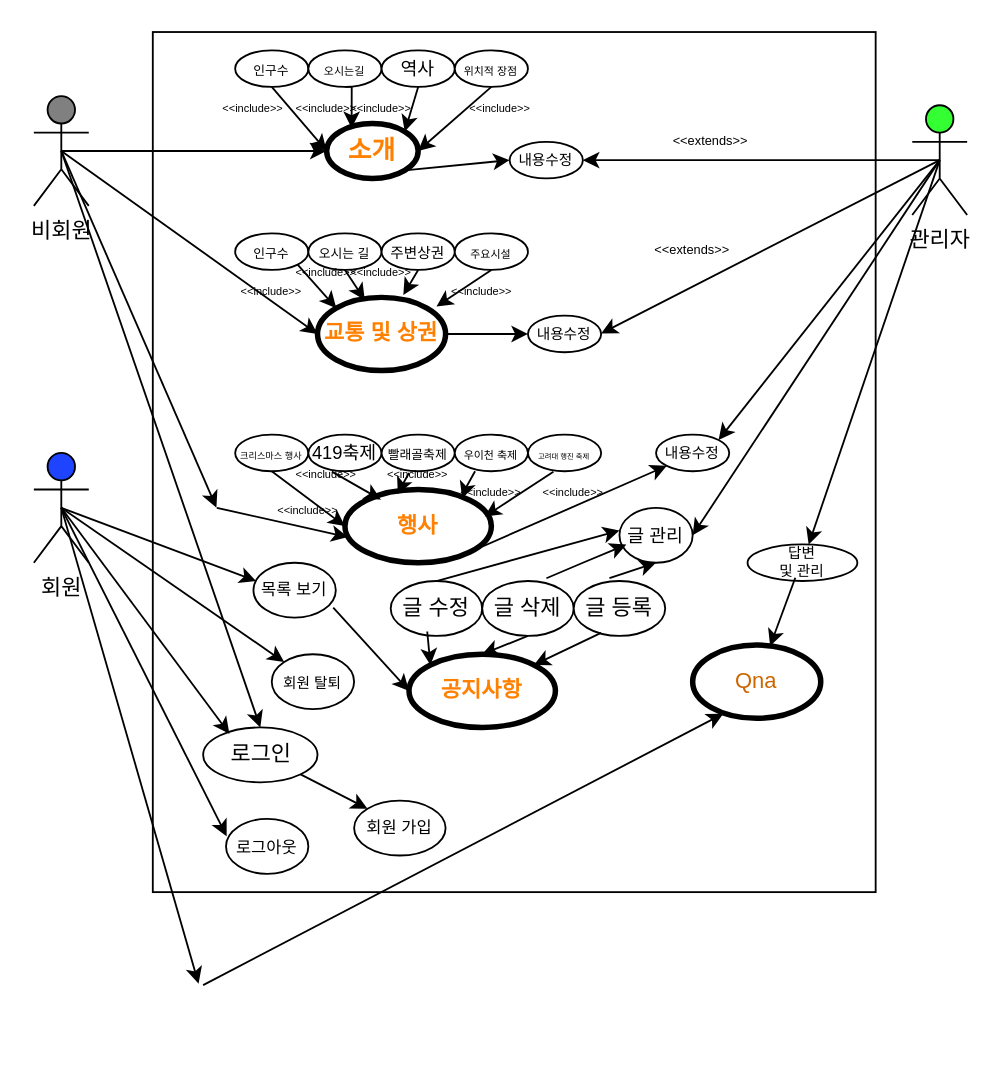
This is info/erd/usercase.drawio from nicesaturday/kh_pro01, a draw.io file, before an edit. Source tidied: cells renumbered, new cells numbered last; positions are measured from the earlier drawing's top-left corner, leaving out a move shared by most shapes. Both pictures are drawn from the tidied source at 183%, with x=0, y=0 at pixel (33, 31).
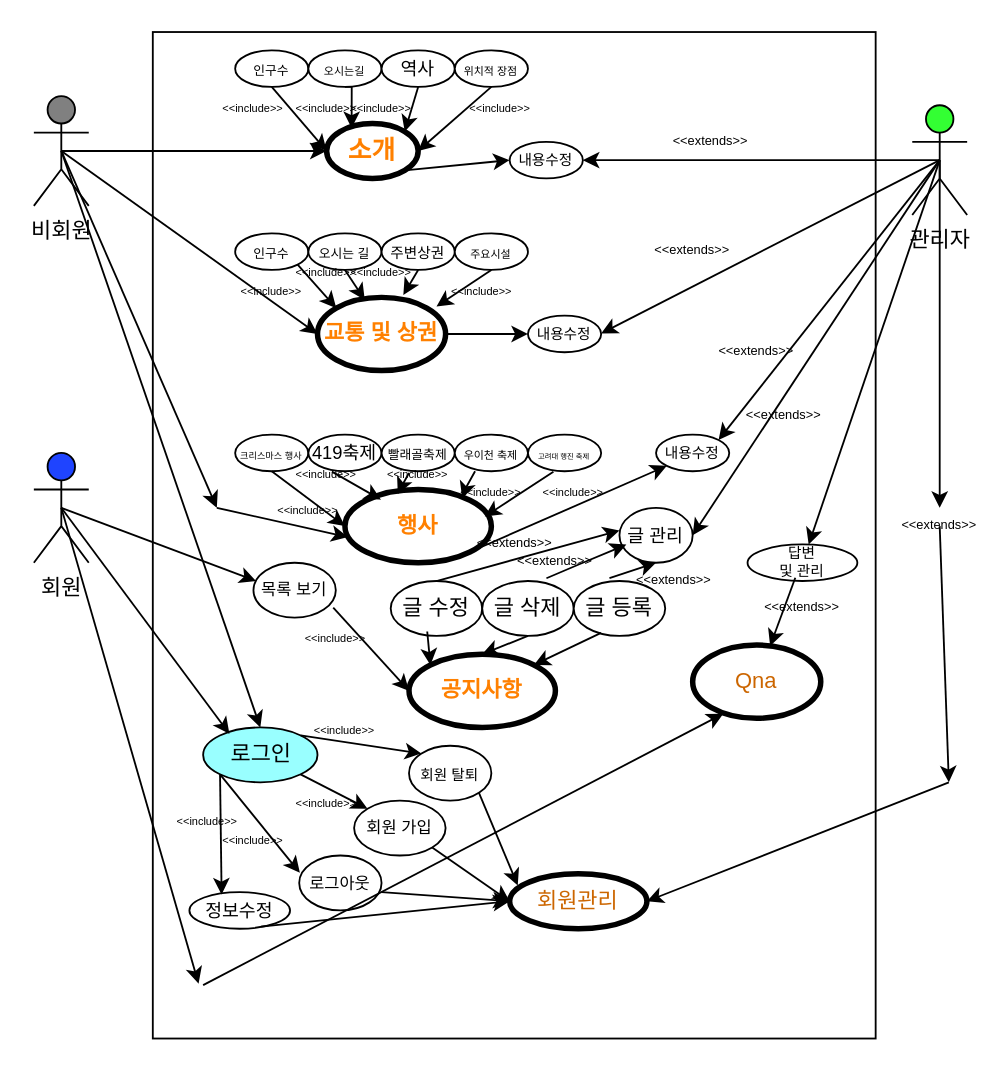
After the change.

Unchanged cells that the change refers to:
```xml
<mxCell id="3" value="회원" style="shape=umlActor;verticalLabelPosition=bottom;verticalAlign=top;html=1;outlineConnect=0;strokeColor=#000000;fillColor=#1F44FF;" parent="1" vertex="1">
  <mxGeometry y="230" width="30" height="60" as="geometry" />
</mxCell>
<mxCell id="4" value="비회원" style="shape=umlActor;verticalLabelPosition=bottom;verticalAlign=top;html=1;outlineConnect=0;fillColor=#808080;" parent="1" vertex="1">
  <mxGeometry y="35" width="30" height="60" as="geometry" />
</mxCell>
<mxCell id="5" value="관리자" style="shape=umlActor;verticalLabelPosition=bottom;verticalAlign=top;html=1;outlineConnect=0;fillColor=#33FF33;" parent="1" vertex="1">
  <mxGeometry x="480" y="40" width="30" height="60" as="geometry" />
</mxCell>
<mxCell id="72" value="회원 가입" style="ellipse;whiteSpace=wrap;html=1;spacing=2;fontSize=9;" parent="1" vertex="1">
  <mxGeometry x="175" y="420" width="50" height="30" as="geometry" />
</mxCell>
```

What changed in the source:
```diff
@@
     <mxCell id="2" style="rounded=0;whiteSpace=wrap;html=1;" parent="1" vertex="1">
-      <mxGeometry x="65" width="395" height="470" as="geometry" />
+      <mxGeometry x="65" width="395" height="550" as="geometry" />
     </mxCell>
@@
-    <mxCell id="76" value="로그인" style="ellipse;whiteSpace=wrap;html=1;" parent="1" vertex="1">
+    <mxCell id="76" value="로그인" style="ellipse;whiteSpace=wrap;html=1;fillColor=#99FFFF;" parent="1" vertex="1">
       <mxGeometry x="92.5" y="380" width="62.5" height="30" as="geometry" />
     </mxCell>
@@
     <mxCell id="80" value="&lt;font style=&quot;font-size: 9px;&quot;&gt;로그아웃&lt;/font&gt;" style="ellipse;whiteSpace=wrap;html=1;" parent="1" vertex="1">
-      <mxGeometry x="105" y="430" width="45" height="30" as="geometry" />
+      <mxGeometry x="145" y="450" width="45" height="30" as="geometry" />
     </mxCell>
     <mxCell id="81" value="&lt;font style=&quot;font-size: 8px;&quot;&gt;회원 탈퇴&lt;/font&gt;" style="ellipse;whiteSpace=wrap;html=1;" parent="1" vertex="1">
-      <mxGeometry x="130" y="340" width="45" height="30" as="geometry" />
+      <mxGeometry x="205" y="390" width="45" height="30" as="geometry" />
     </mxCell>
-    <mxCell id="82" style="endArrow=classic;html=1;rounded=0;entryX=0;entryY=0;entryDx=0;entryDy=0;exitX=0.5;exitY=0.5;exitDx=0;exitDy=0;exitPerimeter=0;" parent="1" edge="1" source="3" target="81">
+    <mxCell id="82" style="endArrow=classic;html=1;rounded=0;entryX=0;entryY=0;entryDx=0;entryDy=0;exitX=1;exitY=0;exitDx=0;exitDy=0;" parent="1" edge="1" source="76" target="81">
       <mxGeometry relative="1" as="geometry" />
     </mxCell>
-    <mxCell id="83" style="endArrow=classic;html=1;rounded=0;entryX=0.008;entryY=0.316;entryDx=0;entryDy=0;entryPerimeter=0;exitX=0.5;exitY=0.5;exitDx=0;exitDy=0;exitPerimeter=0;" parent="1" edge="1" source="3" target="80">
+    <mxCell id="83" style="endArrow=classic;html=1;rounded=0;entryX=0.008;entryY=0.316;entryDx=0;entryDy=0;entryPerimeter=0;exitX=0;exitY=1;exitDx=0;exitDy=0;" parent="1" edge="1" source="76" target="80">
       <mxGeometry relative="1" as="geometry" />
     </mxCell>
@@
-    <mxCell id="85" style="endArrow=classic;html=1;rounded=0;exitX=0.5;exitY=0.5;exitDx=0;exitDy=0;exitPerimeter=0;entryX=0.088;entryY=0.553;entryDx=0;entryDy=0;entryPerimeter=0;" parent="1" edge="1" source="4" target="2">
-      <mxGeometry relative="1" as="geometry" />
+    <mxCell id="85" style="endArrow=classic;html=1;rounded=0;exitX=0.5;exitY=0.5;exitDx=0;exitDy=0;exitPerimeter=0;" parent="1" edge="1" source="4">
+      <mxGeometry relative="1" as="geometry">
+        <mxPoint x="100" y="260" as="targetPoint" />
+      </mxGeometry>
     </mxCell>
@@
+    <mxCell id="93" value="회원관리" style="ellipse;whiteSpace=wrap;html=1;labelBorderColor=#FFFFFF;fontColor=#CC6600;strokeWidth=3;" parent="1" vertex="1">
+      <mxGeometry x="260" y="460" width="75" height="30" as="geometry" />
+    </mxCell>
+    <mxCell id="94" style="endArrow=classic;html=1;rounded=0;entryX=0;entryY=0.5;entryDx=0;entryDy=0;" parent="1" edge="1" target="93">
+      <mxGeometry relative="1" as="geometry">
+        <mxPoint x="190" y="470" as="sourcePoint" />
+      </mxGeometry>
+    </mxCell>
+    <mxCell id="95" style="endArrow=classic;html=1;rounded=0;entryX=0;entryY=0.5;entryDx=0;entryDy=0;exitX=1;exitY=1;exitDx=0;exitDy=0;" parent="1" edge="1" source="72" target="93">
+      <mxGeometry relative="1" as="geometry" />
+    </mxCell>
+    <mxCell id="96" style="endArrow=classic;html=1;rounded=0;entryX=0.059;entryY=0.212;entryDx=0;entryDy=0;exitX=1;exitY=1;exitDx=0;exitDy=0;entryPerimeter=0;" parent="1" edge="1" source="81" target="93">
+      <mxGeometry relative="1" as="geometry" />
+    </mxCell>
+    <mxCell id="97" style="endArrow=classic;html=1;rounded=0;entryX=1;entryY=0.5;entryDx=0;entryDy=0;" parent="1" edge="1" target="93">
+      <mxGeometry relative="1" as="geometry">
+        <mxPoint x="500" y="410" as="sourcePoint" />
+      </mxGeometry>
+    </mxCell>
+    <mxCell id="98" style="endArrow=classic;html=1;rounded=0;exitX=0.5;exitY=0.5;exitDx=0;exitDy=0;exitPerimeter=0;" parent="1" edge="1" source="102">
+      <mxGeometry relative="1" as="geometry">
+        <mxPoint x="500" y="410" as="targetPoint" />
+      </mxGeometry>
+    </mxCell>
+    <mxCell id="99" value="&amp;lt;&amp;lt;extends&amp;gt;&amp;gt;" style="text;html=1;align=center;verticalAlign=middle;whiteSpace=wrap;rounded=0;fontSize=7;" parent="1" vertex="1">
+      <mxGeometry x="375" y="165" width="40" height="20" as="geometry" />
+    </mxCell>
+    <mxCell id="100" value="&amp;lt;&amp;lt;extends&amp;gt;&amp;gt;" style="text;html=1;align=center;verticalAlign=middle;whiteSpace=wrap;rounded=0;fontSize=7;" parent="1" vertex="1">
+      <mxGeometry x="390" y="200" width="40" height="20" as="geometry" />
+    </mxCell>
+    <mxCell id="101" style="endArrow=classic;html=1;rounded=0;exitX=0.5;exitY=0.5;exitDx=0;exitDy=0;exitPerimeter=0;" parent="1" edge="1" source="5" target="102">
+      <mxGeometry relative="1" as="geometry" />
+    </mxCell>
+    <mxCell id="102" value="&amp;lt;&amp;lt;extends&amp;gt;&amp;gt;" style="text;html=1;align=center;verticalAlign=middle;whiteSpace=wrap;rounded=0;fontSize=7;" parent="1" vertex="1">
+      <mxGeometry x="475" y="260" width="40" height="20" as="geometry" />
+    </mxCell>
+    <mxCell id="103" value="&amp;lt;&amp;lt;extends&amp;gt;&amp;gt;" style="text;html=1;align=center;verticalAlign=middle;whiteSpace=wrap;rounded=0;fontSize=7;" parent="1" vertex="1">
+      <mxGeometry x="242.5" y="270" width="40" height="20" as="geometry" />
+    </mxCell>
+    <mxCell id="104" value="&amp;lt;&amp;lt;extends&amp;gt;&amp;gt;" style="text;html=1;align=center;verticalAlign=middle;whiteSpace=wrap;rounded=0;fontSize=7;" parent="1" vertex="1">
+      <mxGeometry x="265" y="280" width="40" height="20" as="geometry" />
+    </mxCell>
+    <mxCell id="105" value="&amp;lt;&amp;lt;extends&amp;gt;&amp;gt;" style="text;html=1;align=center;verticalAlign=middle;whiteSpace=wrap;rounded=0;fontSize=7;" parent="1" vertex="1">
+      <mxGeometry x="330" y="290" width="40" height="20" as="geometry" />
+    </mxCell>
+    <mxCell id="106" value="&lt;font style=&quot;font-size: 6px;&quot;&gt;&amp;lt;&amp;lt;include&amp;gt;&amp;gt;&lt;/font&gt;" style="text;html=1;align=center;verticalAlign=middle;whiteSpace=wrap;rounded=0;" parent="1" vertex="1">
+      <mxGeometry x="160" y="370" width="20" height="20" as="geometry" />
+    </mxCell>
+    <mxCell id="107" value="&lt;font style=&quot;font-size: 6px;&quot;&gt;&amp;lt;&amp;lt;include&amp;gt;&amp;gt;&lt;/font&gt;" style="text;html=1;align=center;verticalAlign=middle;whiteSpace=wrap;rounded=0;" parent="1" vertex="1">
+      <mxGeometry x="150" y="410" width="20" height="20" as="geometry" />
+    </mxCell>
+    <mxCell id="108" value="&lt;font style=&quot;font-size: 6px;&quot;&gt;&amp;lt;&amp;lt;include&amp;gt;&amp;gt;&lt;/font&gt;" style="text;html=1;align=center;verticalAlign=middle;whiteSpace=wrap;rounded=0;" parent="1" vertex="1">
+      <mxGeometry x="110" y="430" width="20" height="20" as="geometry" />
+    </mxCell>
+    <mxCell id="109" value="정보수정" style="ellipse;whiteSpace=wrap;html=1;fontSize=10;" parent="1" vertex="1">
+      <mxGeometry x="85" y="470" width="55" height="20" as="geometry" />
+    </mxCell>
+    <mxCell id="110" style="endArrow=classic;html=1;rounded=0;exitX=0;exitY=1;exitDx=0;exitDy=0;entryX=0.32;entryY=0.065;entryDx=0;entryDy=0;entryPerimeter=0;" parent="1" edge="1" source="76" target="109">
+      <mxGeometry relative="1" as="geometry" />
+    </mxCell>
+    <mxCell id="111" style="endArrow=classic;html=1;rounded=0;exitX=0.712;exitY=0.941;exitDx=0;exitDy=0;exitPerimeter=0;entryX=0;entryY=0.5;entryDx=0;entryDy=0;" parent="1" edge="1" source="109" target="93">
+      <mxGeometry relative="1" as="geometry" />
+    </mxCell>
+    <mxCell id="112" value="&lt;font style=&quot;font-size: 6px;&quot;&gt;&amp;lt;&amp;lt;include&amp;gt;&amp;gt;&lt;/font&gt;" style="text;html=1;align=center;verticalAlign=middle;whiteSpace=wrap;rounded=0;" parent="1" vertex="1">
+      <mxGeometry x="85" y="420" width="20" height="20" as="geometry" />
+    </mxCell>
+    <mxCell id="113" value="&lt;font style=&quot;font-size: 6px;&quot;&gt;&amp;lt;&amp;lt;include&amp;gt;&amp;gt;&lt;/font&gt;" style="text;html=1;align=center;verticalAlign=middle;whiteSpace=wrap;rounded=0;" parent="1" vertex="1">
+      <mxGeometry x="155" y="320" width="20" height="20" as="geometry" />
+    </mxCell>
+    <mxCell id="114" value="&amp;lt;&amp;lt;extends&amp;gt;&amp;gt;" style="text;html=1;align=center;verticalAlign=middle;whiteSpace=wrap;rounded=0;fontSize=7;" parent="1" vertex="1">
+      <mxGeometry x="400" y="305" width="40" height="20" as="geometry" />
+    </mxCell>
```
